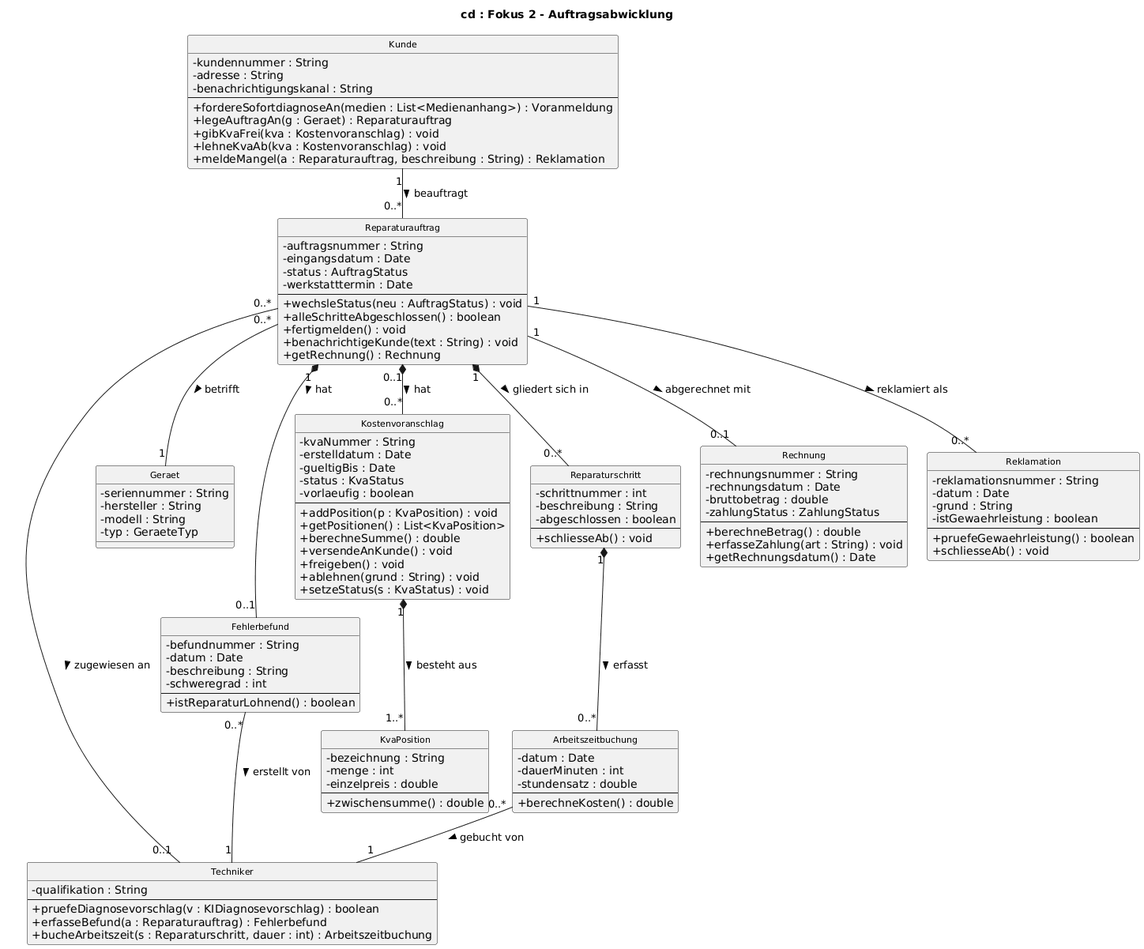
Above: uml/klassen-fokus-2-auftrag.png in jakobschwan123-cmd/casestudy-semester-3 (PlantUML), before the change.
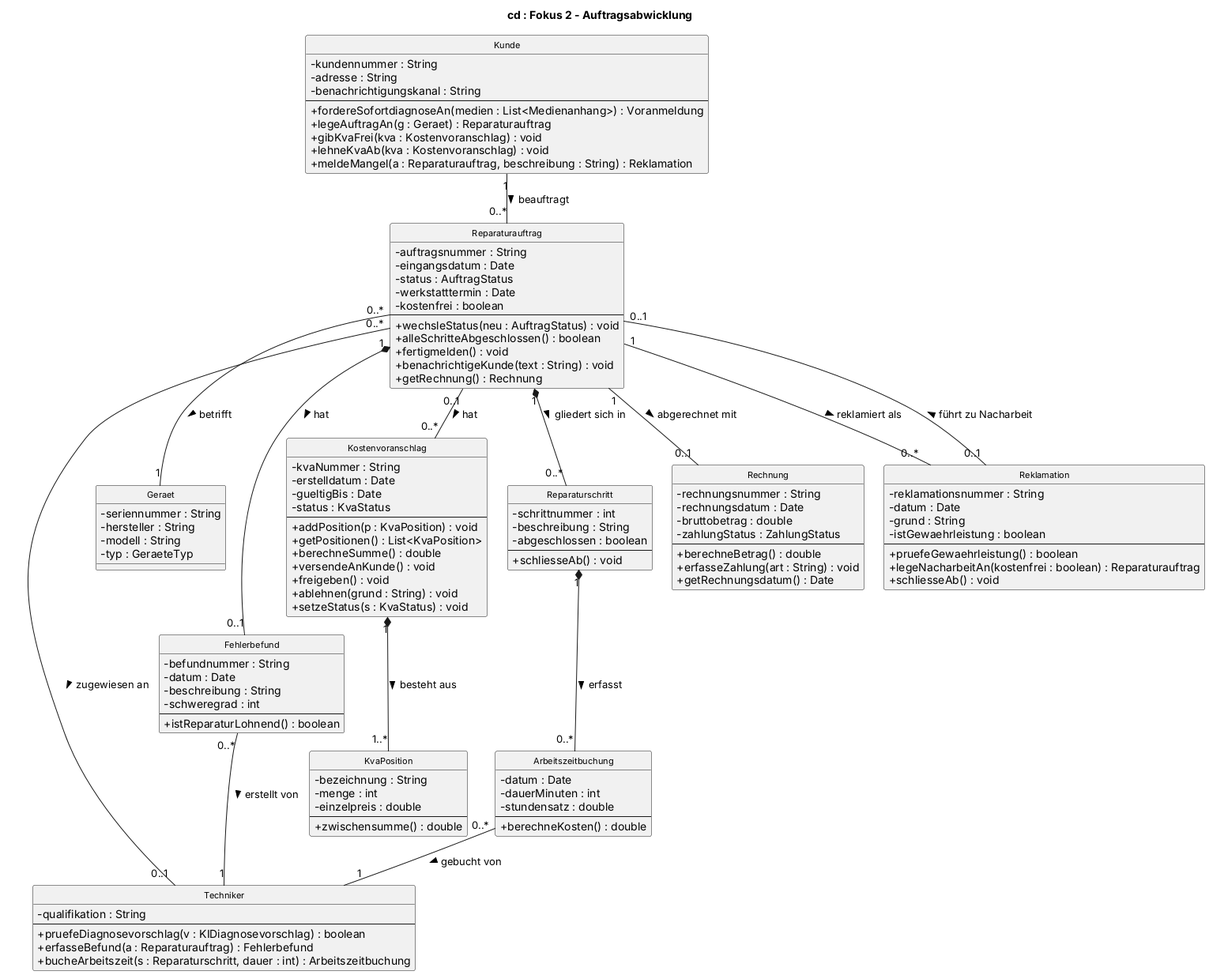
After the change.

What changed in the source:
```diff
@@ -30,6 +30,7 @@
   - eingangsdatum : Date
   - status : AuftragStatus
   - werkstatttermin : Date
+  - kostenfrei : boolean
   --
   + wechsleStatus(neu : AuftragStatus) : void
   + alleSchritteAbgeschlossen() : boolean
@@ -56,7 +57,6 @@
   - erstelldatum : Date
   - gueltigBis : Date
   - status : KvaStatus
-  - vorlaeufig : boolean
   --
   + addPosition(p : KvaPosition) : void
   + getPositionen() : List<KvaPosition>
@@ -104,6 +104,7 @@
   - istGewaehrleistung : boolean
   --
   + pruefeGewaehrleistung() : boolean
+  + legeNacharbeitAn(kostenfrei : boolean) : Reparaturauftrag
   + schliesseAb() : void
 }
 Kunde "1" -down- "0..*" Reparaturauftrag : beauftragt >
@@ -111,11 +112,12 @@
 Reparaturauftrag "0..*" -- "0..1" Techniker : zugewiesen an >
 Reparaturauftrag "1" *-- "0..1" Fehlerbefund : hat >
 Fehlerbefund "0..*" -- "1" Techniker : erstellt von >
-Reparaturauftrag "0..1" *-- "0..*" Kostenvoranschlag : hat >
+Reparaturauftrag "0..1" -- "0..*" Kostenvoranschlag : hat >
 Kostenvoranschlag "1" *-down- "1..*" KvaPosition : besteht aus >
 Reparaturauftrag "1" *-down- "0..*" Reparaturschritt : gliedert sich in >
 Reparaturschritt "1" *-down- "0..*" Arbeitszeitbuchung : erfasst >
 Arbeitszeitbuchung "0..*" -- "1" Techniker : gebucht von >
 Reparaturauftrag "1" -down- "0..1" Rechnung : abgerechnet mit >
 Reparaturauftrag "1" -down- "0..*" Reklamation : reklamiert als >
+Reklamation "0..1" -- "0..1" Reparaturauftrag : führt zu Nacharbeit >
 @enduml
```
